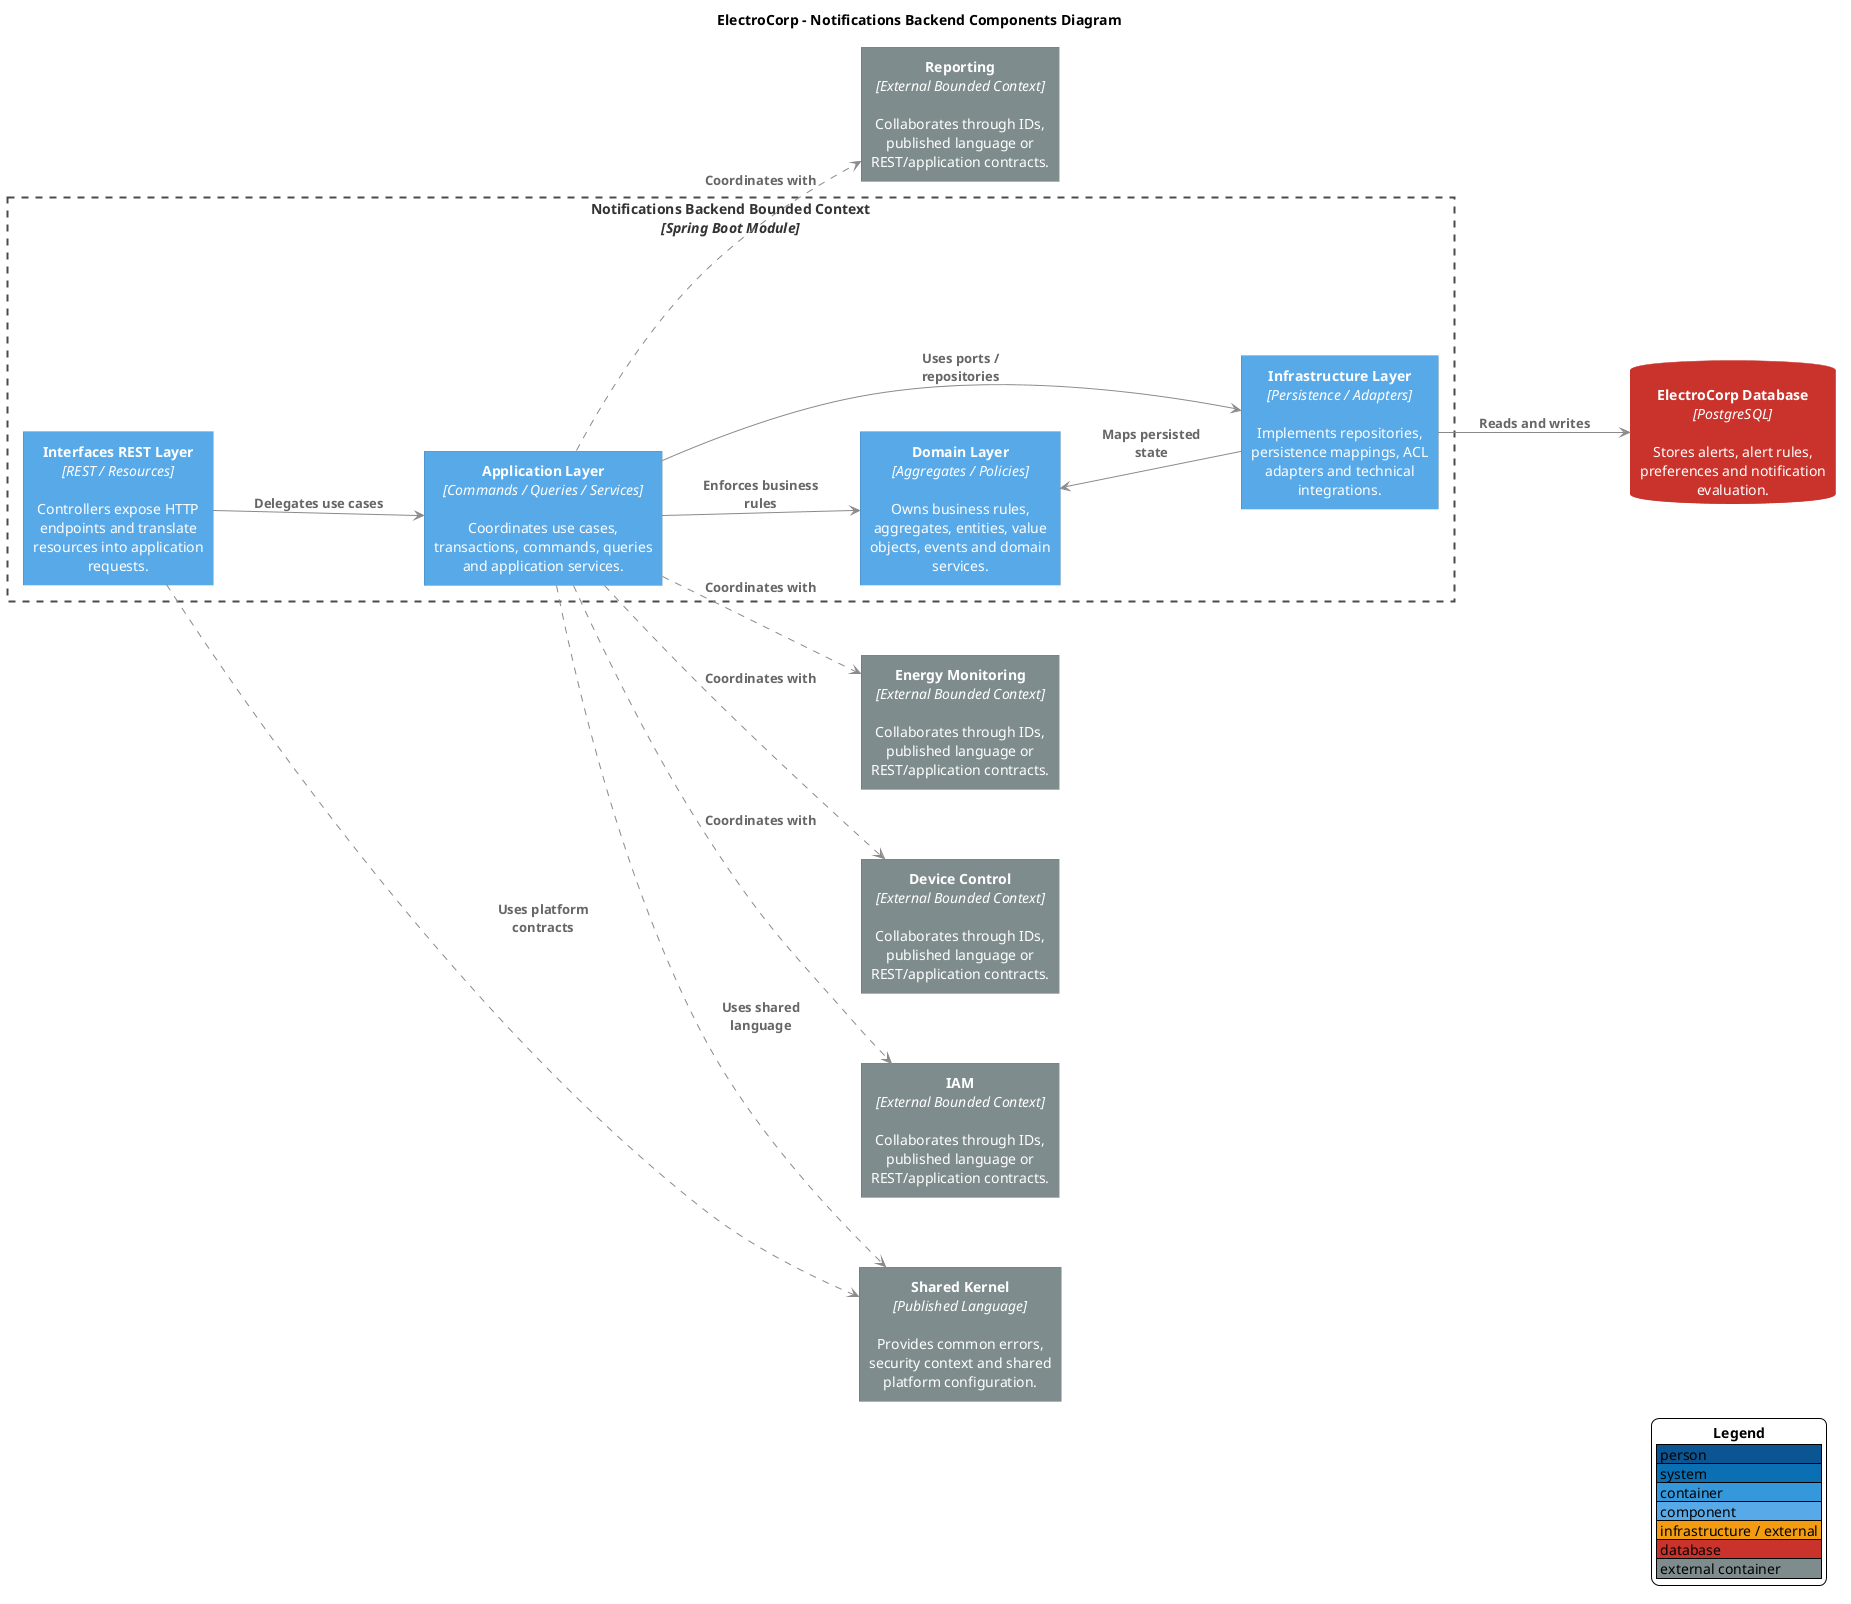
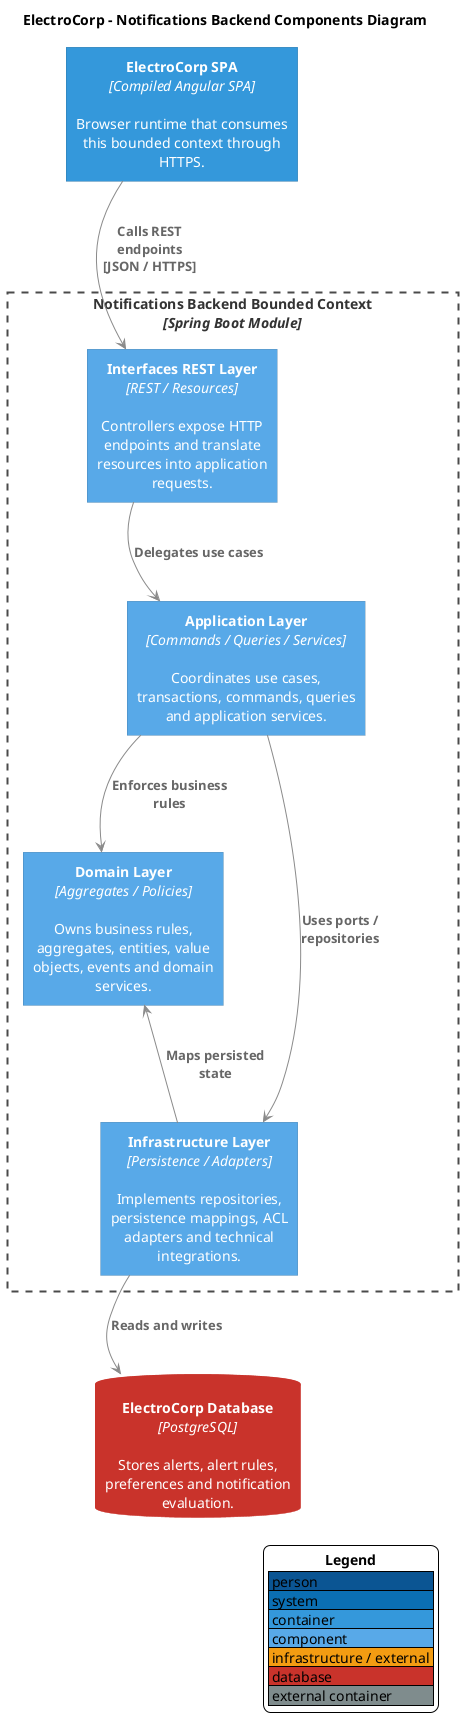
@startuml
skinparam backgroundColor #FFFFFF
skinparam shadowing false
skinparam defaultFontName Arial
skinparam defaultTextAlignment center
skinparam wrapWidth 220
skinparam maxMessageSize 130
skinparam nodesep 70
skinparam ranksep 80
skinparam ArrowColor #8A8A8A
skinparam ArrowFontColor #666666
skinparam ArrowFontStyle bold
skinparam ArrowThickness 1
skinparam rectangleRoundCorner 0
skinparam rectangleBorderThickness 0
skinparam rectangleFontColor #FFFFFF
skinparam rectangleFontStyle plain
skinparam rectangle {
  BorderThickness 0
  MinimumWidth 190
  Padding 12
}
skinparam database {
  MinimumWidth 210
  Padding 12
}
skinparam rectangle<<SystemBoundary>> {
  BackgroundColor transparent
  BorderColor #4A4A4A
  BorderThickness 2
  BorderStyle dashed
  FontColor #333333
  FontStyle bold
  MinimumWidth 760
  Padding 18
}
skinparam rectangle<<BoundedContext>> {
  BackgroundColor transparent
  BorderColor #4A4A4A
  BorderThickness 2
  BorderStyle dashed
  FontColor #333333
  FontStyle bold
  MinimumWidth 760
  Padding 18
}
skinparam databaseBackgroundColor #C9332B
skinparam databaseBorderColor #C9332B
skinparam databaseFontColor #FFFFFF
skinparam databaseFontStyle plain
hide stereotype
- left to right direction
+ top to bottom direction

title ElectroCorp - Notifications Backend Components Diagram
+ 
+ rectangle "<b>ElectroCorp SPA</b>\n<i>[Compiled Angular SPA]</i>\n\nBrowser runtime that consumes this bounded context through HTTPS." as Spa #3498DB

rectangle "<b>Notifications Backend Bounded Context</b>\n<i>[Spring Boot Module]</i>" <<BoundedContext>> {
  rectangle "<b>Interfaces REST Layer</b>\n<i>[REST / Resources]</i>\n\nControllers expose HTTP endpoints and translate resources into application requests." as Interfaces #58A9E8
  rectangle "<b>Application Layer</b>\n<i>[Commands / Queries / Services]</i>\n\nCoordinates use cases, transactions, commands, queries and application services." as Application #58A9E8
  rectangle "<b>Domain Layer</b>\n<i>[Aggregates / Policies]</i>\n\nOwns business rules, aggregates, entities, value objects, events and domain services." as Domain #58A9E8
  rectangle "<b>Infrastructure Layer</b>\n<i>[Persistence / Adapters]</i>\n\nImplements repositories, persistence mappings, ACL adapters and technical integrations." as Infrastructure #58A9E8
}
database "<b>ElectroCorp Database</b>\n<i>[PostgreSQL]</i>\n\nStores alerts, alert rules, preferences and notification evaluation." as Database
- rectangle "<b>Shared Kernel</b>\n<i>[Published Language]</i>\n\nProvides common errors, security context and shared platform configuration." as Shared #7F8C8D
- rectangle "<b>Energy Monitoring</b>\n<i>[External Bounded Context]</i>\n\nCollaborates through IDs, published language or REST/application contracts." as Dep0 #7F8C8D
- rectangle "<b>Device Control</b>\n<i>[External Bounded Context]</i>\n\nCollaborates through IDs, published language or REST/application contracts." as Dep1 #7F8C8D
- rectangle "<b>IAM</b>\n<i>[External Bounded Context]</i>\n\nCollaborates through IDs, published language or REST/application contracts." as Dep2 #7F8C8D
- rectangle "<b>Reporting</b>\n<i>[External Bounded Context]</i>\n\nCollaborates through IDs, published language or REST/application contracts." as Dep3 #7F8C8D

+ Spa --> Interfaces : Calls REST endpoints\n[JSON / HTTPS]
Interfaces --> Application : Delegates use cases
Application --> Domain : Enforces business rules
Application --> Infrastructure : Uses ports / repositories
Infrastructure --> Domain : Maps persisted state
Infrastructure --> Database : Reads and writes
- Interfaces ..> Shared : Uses platform contracts
- Application ..> Shared : Uses shared language
- Application ..> Dep0 : Coordinates with
- Application ..> Dep1 : Coordinates with
- Application ..> Dep2 : Coordinates with
- Application ..> Dep3 : Coordinates with

- Interfaces -[hidden]right- Application
- Application -[hidden]right- Domain
+ Spa -[hidden]down- Interfaces
+ Interfaces -[hidden]down- Application
+ Application -[hidden]down- Domain
Domain -[hidden]right- Infrastructure
+ Infrastructure -[hidden]down- Database

legend right
  <b>Legend</b>
  |<#0B5593> person |
  |<#0B6FB3> system |
  |<#3498DB> container |
  |<#58A9E8> component |
  |<#F39C12> infrastructure / external |
  |<#C9332B> database |
  |<#7F8C8D> external container |
endlegend

@enduml
